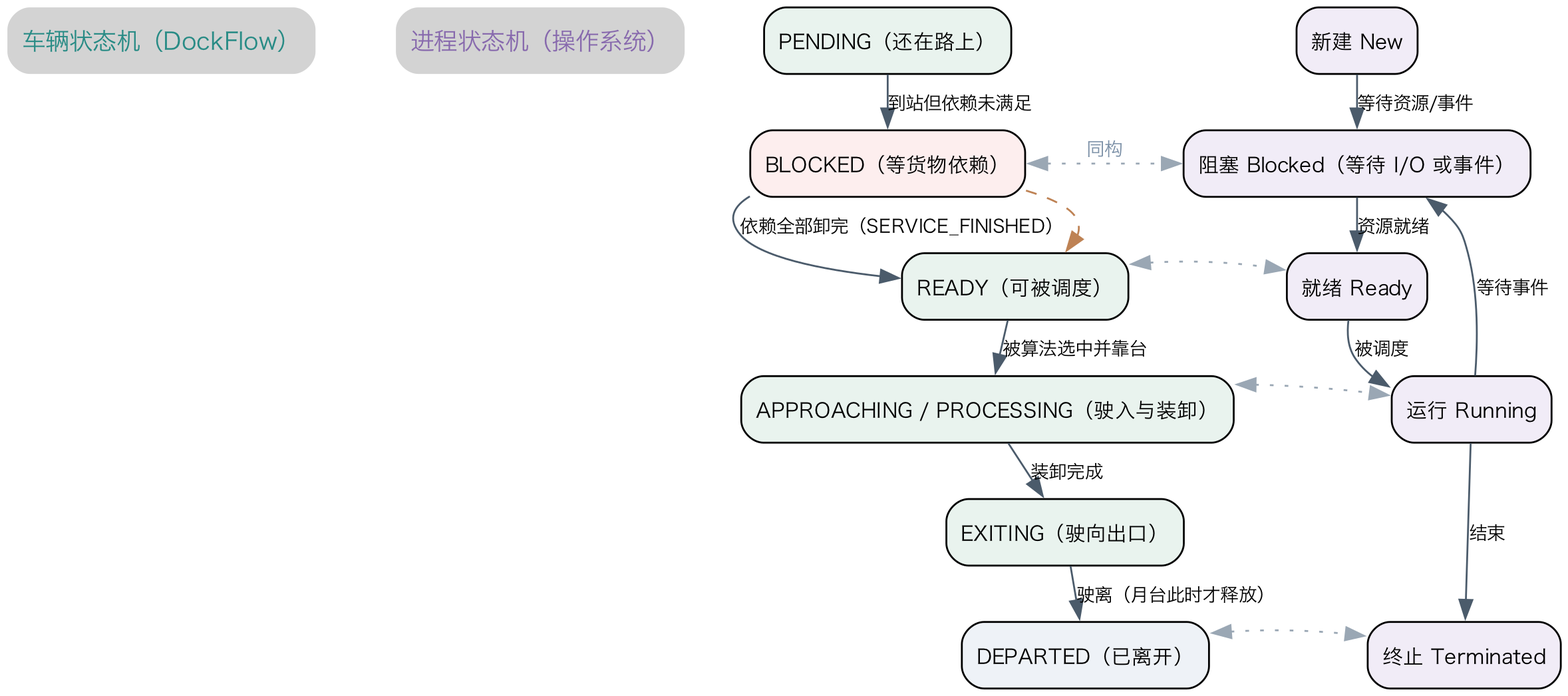
The Graphviz diagram figures/fig02_state_machine.png in threeEightZeroEight/dockflow-os-repro, before a commit. Its source is kept beside it as figures/src/fig02_state_machine.dot. The source it was exported from:
```dot
digraph states {

  graph [bgcolor="white", fontname="Hiragino Sans GB", fontsize=12];
  node [fontname="Hiragino Sans GB", fontsize=11];
  edge [fontname="Hiragino Sans GB", fontsize=10, color="#4b5b6b"];

  rankdir=TB; nodesep=0.6; ranksep=0.28;
  node [shape=box, style="rounded,filled"];

  vtitle [label="车辆状态机（DockFlow）", shape=plaintext, fontsize=13, fontcolor="#288b85"];
  ptitle [label="进程状态机（操作系统）", shape=plaintext, fontsize=13, fontcolor="#8769ad"];
  { rank=same; vtitle; ptitle; }

  v1 [label="PENDING（还在路上）", fillcolor="#e9f3ee"];
  v2 [label="BLOCKED（等货物依赖）", fillcolor="#fdeeee"];
  v3 [label="READY（可被调度）", fillcolor="#e9f3ee"];
  v4 [label="APPROACHING / PROCESSING（驶入与装卸）", fillcolor="#e9f3ee"];
  v5 [label="EXITING（驶向出口）", fillcolor="#e9f3ee"];
  v6 [label="DEPARTED（已离开）", fillcolor="#eef2f7"];

  p1 [label="新建 New", fillcolor="#f1ecf7"];
  p2 [label="阻塞 Blocked（等待 I/O 或事件）", fillcolor="#f1ecf7"];
  p3 [label="就绪 Ready", fillcolor="#f1ecf7"];
  p4 [label="运行 Running", fillcolor="#f1ecf7"];
  p5 [label="终止 Terminated", fillcolor="#f1ecf7"];

  { rank=same; v1; p1; }
  { rank=same; v2; p2; }
  { rank=same; v3; p3; }
  { rank=same; v4; p4; }
  { rank=same; v6; p5; }

  v1 -> v2 [label="到站但依赖未满足"];
  v2 -> v3 [label="依赖全部卸完（SERVICE_FINISHED）"];
  v3 -> v4 [label="被算法选中并靠台"];
  v4 -> v5 [label="装卸完成"];
  v5 -> v6 [label="驶离（月台此时才释放）"];
  v2 -> v3 [style=dashed, color="#be8254"];

  p1 -> p2 [label="等待资源/事件"];
  p2 -> p3 [label="资源就绪"];
  p3 -> p4 [label="被调度"];
  p4 -> p2 [label="等待事件", constraint=false];
  p4 -> p5 [label="结束"];

  v2 -> p2 [style=invis];
  v3 -> p3 [style=invis];
  v4 -> p4 [style=invis];
  v6 -> p5 [style=invis];

  v2 -> p2 [style=dotted, color="#9aa7b4", dir=both, label="同构", fontcolor="#7a8fa6"];
  v3 -> p3 [style=dotted, color="#9aa7b4", dir=both];
  v4 -> p4 [style=dotted, color="#9aa7b4", dir=both];
  v6 -> p5 [style=dotted, color="#9aa7b4", dir=both];
}
```
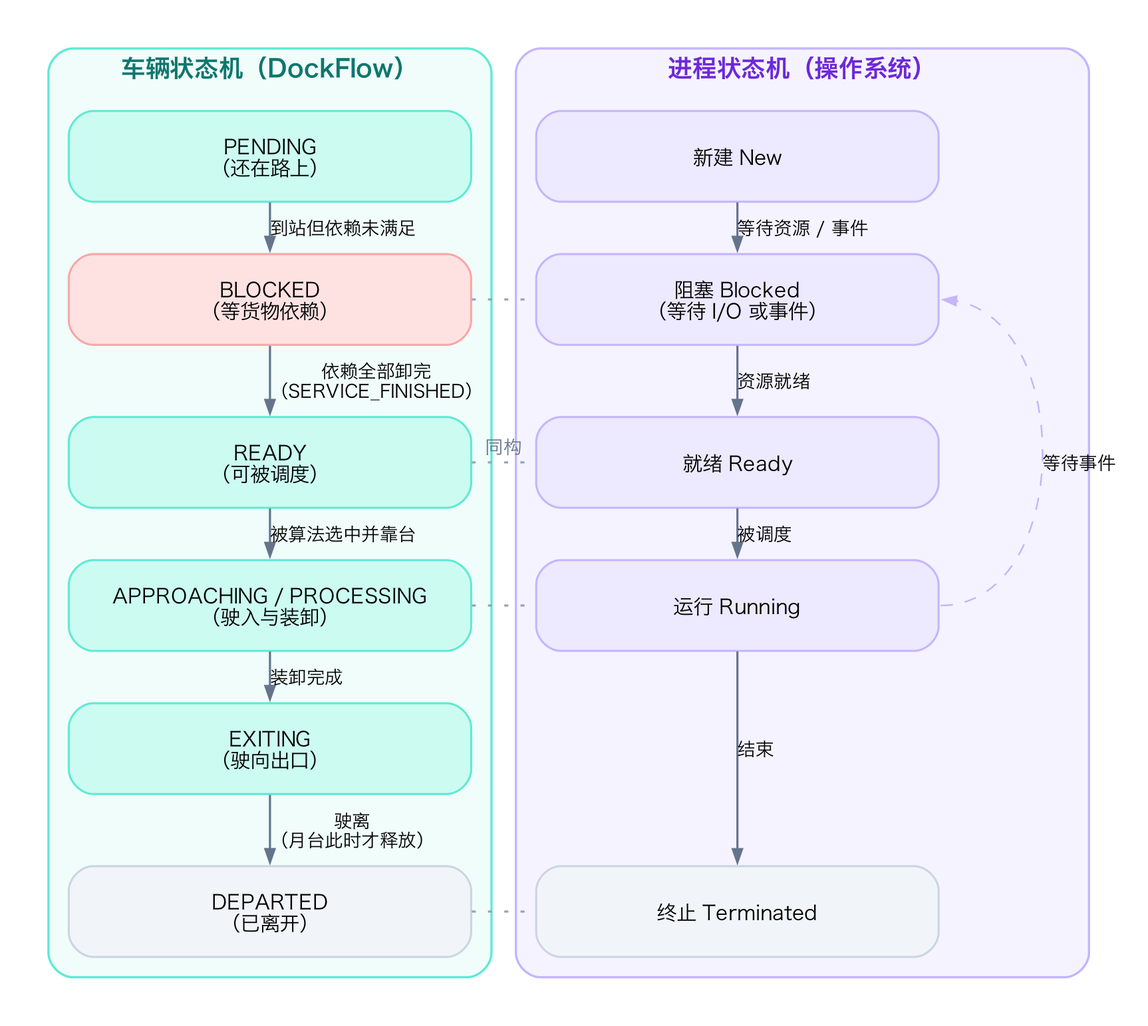
The same diagram one commit later.

Commit message:
style(repro): refresh architecture, state-machine and dependency diagrams

Diff of the diagram source:
```diff
@@ -1,55 +1,60 @@
 digraph states {
 
-  graph [bgcolor="white", fontname="Hiragino Sans GB", fontsize=12];
-  node [fontname="Hiragino Sans GB", fontsize=11];
-  edge [fontname="Hiragino Sans GB", fontsize=10, color="#4b5b6b"];
+  graph [bgcolor="white", fontname="Hiragino Sans GB", fontsize=11, pad=0.22,
+         nodesep=0.32, ranksep=0.45, splines=true];
+  node [fontname="Hiragino Sans GB", fontsize=10.5, shape=box, style="rounded,filled",
+        color="#94A3B8", penwidth=1.0, fillcolor="#F8FAFC", margin="0.12,0.08"];
+  edge [fontname="Hiragino Sans GB", fontsize=9, color="#64748B", penwidth=1.05, arrowsize=0.65];
 
-  rankdir=TB; nodesep=0.6; ranksep=0.28;
-  node [shape=box, style="rounded,filled"];
+  rankdir=TB; newrank=true; nodesep=0.20; ranksep=0.16;
+  node [width=2.75, height=0.62, fixedsize=true, fontsize=10, margin="0.08,0.04"];
 
-  vtitle [label="车辆状态机（DockFlow）", shape=plaintext, fontsize=13, fontcolor="#288b85"];
-  ptitle [label="进程状态机（操作系统）", shape=plaintext, fontsize=13, fontcolor="#8769ad"];
-  { rank=same; vtitle; ptitle; }
+  subgraph cluster_vehicle {
+    label=<<b>车辆状态机（DockFlow）</b>>;
+    fontsize=12; fontcolor="#0F766E"; color="#5EEAD4"; penwidth=1.1;
+    style="rounded,filled"; fillcolor="#F0FDFA"; margin=10;
+    v1 [label="PENDING\n（还在路上）", fillcolor="#CCFBF1", color="#5EEAD4"];
+    v2 [label="BLOCKED\n（等货物依赖）", fillcolor="#FEE2E2", color="#FCA5A5"];
+    v3 [label="READY\n（可被调度）", fillcolor="#CCFBF1", color="#5EEAD4"];
+    v4 [label="APPROACHING / PROCESSING\n（驶入与装卸）", fillcolor="#CCFBF1", color="#5EEAD4"];
+    v5 [label="EXITING\n（驶向出口）", fillcolor="#CCFBF1", color="#5EEAD4"];
+    v6 [label="DEPARTED\n（已离开）", fillcolor="#F1F5F9", color="#CBD5E1"];
+  }
 
-  v1 [label="PENDING（还在路上）", fillcolor="#e9f3ee"];
-  v2 [label="BLOCKED（等货物依赖）", fillcolor="#fdeeee"];
-  v3 [label="READY（可被调度）", fillcolor="#e9f3ee"];
-  v4 [label="APPROACHING / PROCESSING（驶入与装卸）", fillcolor="#e9f3ee"];
-  v5 [label="EXITING（驶向出口）", fillcolor="#e9f3ee"];
-  v6 [label="DEPARTED（已离开）", fillcolor="#eef2f7"];
-
-  p1 [label="新建 New", fillcolor="#f1ecf7"];
-  p2 [label="阻塞 Blocked（等待 I/O 或事件）", fillcolor="#f1ecf7"];
-  p3 [label="就绪 Ready", fillcolor="#f1ecf7"];
-  p4 [label="运行 Running", fillcolor="#f1ecf7"];
-  p5 [label="终止 Terminated", fillcolor="#f1ecf7"];
+  subgraph cluster_process {
+    label=<<b>进程状态机（操作系统）</b>>;
+    fontsize=12; fontcolor="#6D28D9"; color="#C4B5FD"; penwidth=1.1;
+    style="rounded,filled"; fillcolor="#F5F3FF"; margin=10;
+    p1 [label="新建 New", fillcolor="#EDE9FE", color="#C4B5FD"];
+    p2 [label="阻塞 Blocked\n（等待 I/O 或事件）", fillcolor="#EDE9FE", color="#C4B5FD"];
+    p3 [label="就绪 Ready", fillcolor="#EDE9FE", color="#C4B5FD"];
+    p4 [label="运行 Running", fillcolor="#EDE9FE", color="#C4B5FD"];
+    p5 [label="终止 Terminated", fillcolor="#F1F5F9", color="#CBD5E1"];
+    p_gap [style=invis, label="", width=0.1, height=0.1];
+  }
 
   { rank=same; v1; p1; }
   { rank=same; v2; p2; }
   { rank=same; v3; p3; }
   { rank=same; v4; p4; }
+  { rank=same; v5; p_gap; }
   { rank=same; v6; p5; }
 
   v1 -> v2 [label="到站但依赖未满足"];
-  v2 -> v3 [label="依赖全部卸完（SERVICE_FINISHED）"];
+  v2 -> v3 [label="依赖全部卸完\n（SERVICE_FINISHED）"];
   v3 -> v4 [label="被算法选中并靠台"];
   v4 -> v5 [label="装卸完成"];
-  v5 -> v6 [label="驶离（月台此时才释放）"];
-  v2 -> v3 [style=dashed, color="#be8254"];
+  v5 -> v6 [label="驶离\n（月台此时才释放）"];
 
-  p1 -> p2 [label="等待资源/事件"];
+  p1 -> p2 [label="等待资源 / 事件"];
   p2 -> p3 [label="资源就绪"];
   p3 -> p4 [label="被调度"];
-  p4 -> p2 [label="等待事件", constraint=false];
   p4 -> p5 [label="结束"];
+  p4 -> p2 [label="等待事件", constraint=false, style=dashed,
+            color="#C4B5FD", penwidth=0.8, tailport=e, headport=e];
 
-  v2 -> p2 [style=invis];
-  v3 -> p3 [style=invis];
-  v4 -> p4 [style=invis];
-  v6 -> p5 [style=invis];
-
-  v2 -> p2 [style=dotted, color="#9aa7b4", dir=both, label="同构", fontcolor="#7a8fa6"];
-  v3 -> p3 [style=dotted, color="#9aa7b4", dir=both];
-  v4 -> p4 [style=dotted, color="#9aa7b4", dir=both];
-  v6 -> p5 [style=dotted, color="#9aa7b4", dir=both];
+  v2 -> p2 [style=dotted, color="#94A3B8", dir=none, constraint=false];
+  v3 -> p3 [style=dotted, color="#94A3B8", dir=none, constraint=false, label="同构", fontcolor="#64748B"];
+  v4 -> p4 [style=dotted, color="#94A3B8", dir=none, constraint=false];
+  v6 -> p5 [style=dotted, color="#94A3B8", dir=none, constraint=false];
 }
```
